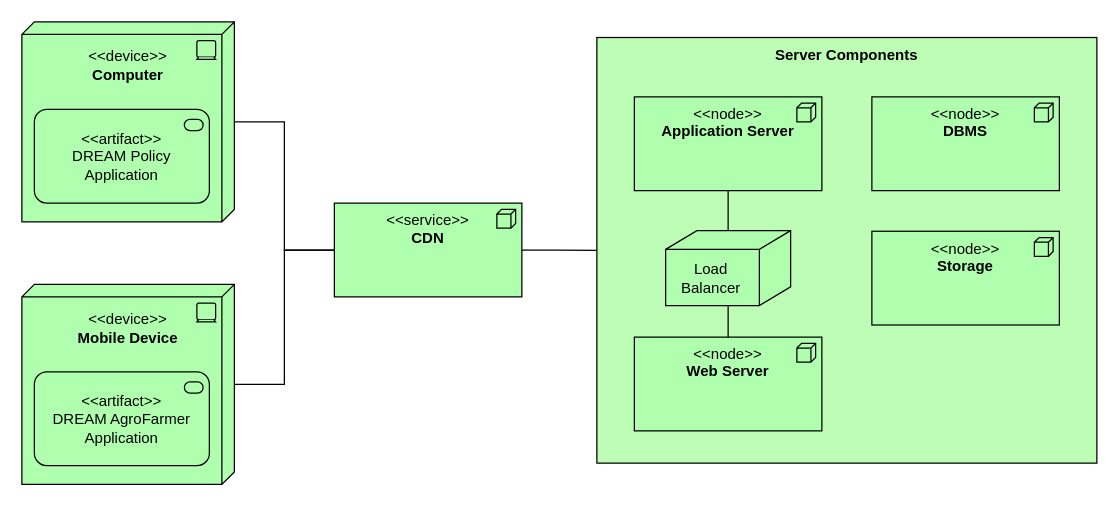
Earlier version of the draw.io diagram images_diagrams/dd/highlevel_deployment.drawio (gabrielemarra/DREAM-ProjectDesign). Source tidied: cells renumbered, new cells numbered last; positions are measured from the earlier drawing's top-left corner, leaving out a move shared by most shapes. Both pictures are drawn from the tidied source at 125%, with x=0, y=0 at pixel (21, 21).
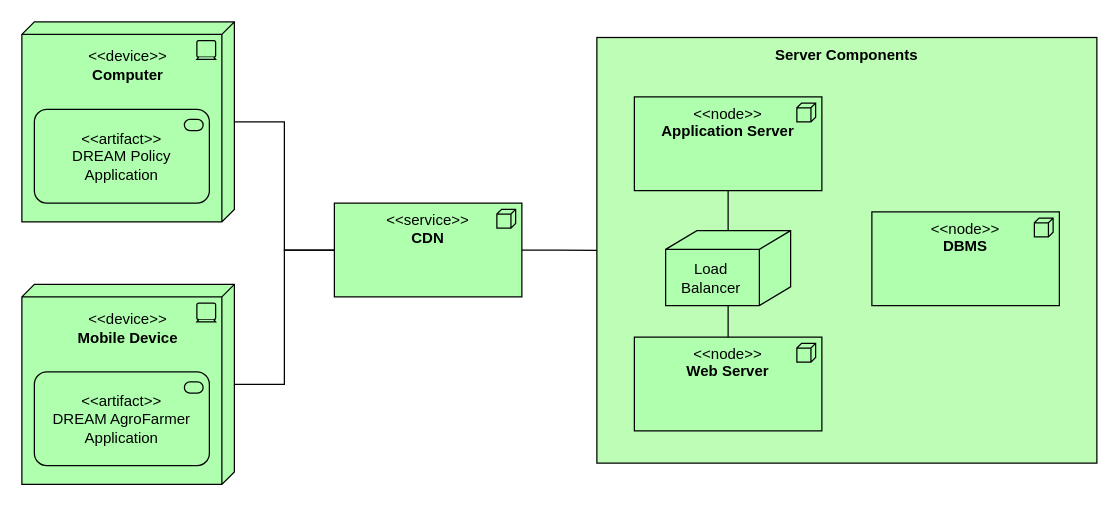
Above is the later version.

Commit message (it also covers changes not shown here):
added policy maker seq diagram (extended for design doc) and minor edit in high level deployment view

What changed in the source:
```diff
@@
 <mxGraphModel>
   <root>
     <mxCell id="0" />
     <mxCell id="1" parent="0" />
     <mxCell id="2" value="&lt;b&gt;Server Components&lt;/b&gt;" style="rounded=0;whiteSpace=wrap;html=1;arcSize=2;fillColor=#BEFDB6;strokeColor=#000000;verticalAlign=top;" parent="1" vertex="1">
       <mxGeometry x="460" y="12.5" width="400" height="340.5" as="geometry" />
     </mxCell>
     <mxCell id="3" value="&lt;div&gt;&lt;br&gt;&lt;/div&gt;&lt;div&gt;&amp;lt;&amp;lt;device&amp;gt;&amp;gt;&lt;/div&gt;&lt;div&gt;&lt;b&gt;Computer&lt;/b&gt;&lt;br&gt;&lt;/div&gt;" style="html=1;outlineConnect=0;whiteSpace=wrap;fillColor=#AFFFAF;shape=mxgraph.archimate3.tech;techType=device;verticalAlign=top;" parent="1" vertex="1">
       <mxGeometry width="170" height="160" as="geometry" />
     </mxCell>
     <mxCell id="4" style="edgeStyle=orthogonalEdgeStyle;rounded=0;jettySize=auto;html=1;exitX=0.5;exitY=1;exitDx=0;exitDy=0;exitPerimeter=0;endArrow=none;endFill=0;" parent="1" edge="1" source="5" target="17">
       <mxGeometry relative="1" as="geometry" />
     </mxCell>
     <mxCell id="5" value="&lt;div&gt;&amp;lt;&amp;lt;node&amp;gt;&amp;gt; &lt;br&gt;&lt;/div&gt;&lt;div&gt;&lt;b&gt;Application Server&lt;/b&gt;&lt;/div&gt;" style="html=1;outlineConnect=0;whiteSpace=wrap;fillColor=#AFFFAF;shape=mxgraph.archimate3.application;appType=node;archiType=square;verticalAlign=top;" parent="1" vertex="1">
       <mxGeometry x="490" y="60" width="150" height="75" as="geometry" />
     </mxCell>
     <mxCell id="6" value="&lt;div&gt;&amp;lt;&amp;lt;node&amp;gt;&amp;gt;&lt;/div&gt;&lt;div&gt;&lt;b&gt;DBMS&lt;/b&gt;&lt;br&gt;&lt;/div&gt;" style="html=1;whiteSpace=wrap;fillColor=#AFFFAF;shape=mxgraph.archimate3.application;appType=node;archiType=square;verticalAlign=top;" parent="1" vertex="1">
-      <mxGeometry x="680" y="60" width="150" height="75" as="geometry" />
+      <mxGeometry x="680" y="152" width="150" height="75" as="geometry" />
     </mxCell>
-    <mxCell id="7" value="&lt;div&gt;&amp;lt;&amp;lt;node&amp;gt;&amp;gt;&lt;/div&gt;&lt;div&gt;&lt;b&gt;Storage&lt;/b&gt;&lt;br&gt;&lt;/div&gt;" style="html=1;whiteSpace=wrap;fillColor=#AFFFAF;shape=mxgraph.archimate3.application;appType=node;archiType=square;verticalAlign=top;" parent="1" vertex="1">
-      <mxGeometry x="680" y="167.5" width="150" height="75" as="geometry" />
-    </mxCell>
     <mxCell id="8" value="&lt;div&gt;&lt;br&gt;&lt;/div&gt;&lt;div&gt;&amp;lt;&amp;lt;device&amp;gt;&amp;gt;&lt;/div&gt;&lt;div&gt;&lt;b&gt;Mobile Device&lt;/b&gt;&lt;br&gt;&lt;/div&gt;" style="html=1;outlineConnect=0;whiteSpace=wrap;fillColor=#AFFFAF;shape=mxgraph.archimate3.tech;techType=device;verticalAlign=top;" parent="1" vertex="1">
       <mxGeometry y="210" width="170" height="160" as="geometry" />
     </mxCell>
     <mxCell id="9" value="&lt;div&gt;&amp;lt;&amp;lt;artifact&amp;gt;&amp;gt;&lt;/div&gt;&lt;div&gt;DREAM Policy Application&lt;br&gt;&lt;/div&gt;" style="html=1;whiteSpace=wrap;fillColor=#AFFFAF;shape=mxgraph.archimate3.application;appType=serv;archiType=rounded;" parent="1" vertex="1">
       <mxGeometry x="10" y="70" width="140" height="75" as="geometry" />
     </mxCell>
     <mxCell id="10" value="&lt;div&gt;&amp;lt;&amp;lt;artifact&amp;gt;&amp;gt;&lt;/div&gt;&lt;div&gt;DREAM AgroFarmer Application&lt;br&gt;&lt;/div&gt;" style="html=1;whiteSpace=wrap;fillColor=#AFFFAF;shape=mxgraph.archimate3.application;appType=serv;archiType=rounded;" parent="1" vertex="1">
       <mxGeometry x="10" y="280" width="140" height="75" as="geometry" />
     </mxCell>
     <mxCell id="11" style="edgeStyle=orthogonalEdgeStyle;rounded=0;jettySize=auto;html=1;exitX=1;exitY=0.5;exitDx=0;exitDy=0;exitPerimeter=0;entryX=0;entryY=0.5;entryDx=0;entryDy=0;endArrow=none;endFill=0;" parent="1" edge="1" source="14" target="2">
       <mxGeometry relative="1" as="geometry" />
     </mxCell>
     <mxCell id="12" style="edgeStyle=orthogonalEdgeStyle;rounded=0;jettySize=auto;html=1;exitX=0;exitY=0.5;exitDx=0;exitDy=0;exitPerimeter=0;entryX=1;entryY=0.5;entryDx=0;entryDy=0;entryPerimeter=0;endArrow=none;endFill=0;" parent="1" edge="1" source="14" target="3">
       <mxGeometry relative="1" as="geometry" />
     </mxCell>
     <mxCell id="13" style="edgeStyle=orthogonalEdgeStyle;rounded=0;jettySize=auto;html=1;exitX=0;exitY=0.5;exitDx=0;exitDy=0;exitPerimeter=0;endArrow=none;endFill=0;" parent="1" edge="1" source="14" target="8">
       <mxGeometry relative="1" as="geometry" />
     </mxCell>
     <mxCell id="14" value="&lt;div&gt;&amp;lt;&amp;lt;service&amp;gt;&amp;gt;&lt;/div&gt;&lt;div&gt;&lt;b&gt;CDN&lt;/b&gt;&lt;br&gt;&lt;/div&gt;" style="html=1;outlineConnect=0;whiteSpace=wrap;fillColor=#AFFFAF;shape=mxgraph.archimate3.application;appType=node;archiType=square;verticalAlign=top;" parent="1" vertex="1">
       <mxGeometry x="250" y="145" width="150" height="75" as="geometry" />
     </mxCell>
     <mxCell id="15" value="&lt;div&gt;&amp;lt;&amp;lt;node&amp;gt;&amp;gt;&lt;/div&gt;&lt;div&gt;&lt;b&gt;Web Server&lt;/b&gt;&lt;br&gt;&lt;/div&gt;" style="html=1;outlineConnect=0;whiteSpace=wrap;fillColor=#AFFFAF;shape=mxgraph.archimate3.application;appType=node;archiType=square;verticalAlign=top;" parent="1" vertex="1">
       <mxGeometry x="490" y="252.2" width="150" height="75" as="geometry" />
     </mxCell>
     <mxCell id="16" style="edgeStyle=orthogonalEdgeStyle;rounded=0;jettySize=auto;html=1;exitX=0.5;exitY=1;exitDx=0;exitDy=0;exitPerimeter=0;endArrow=none;endFill=0;" parent="1" edge="1" source="17" target="15">
       <mxGeometry relative="1" as="geometry" />
     </mxCell>
     <mxCell id="17" style="html=1;outlineConnect=0;whiteSpace=wrap;fillColor=#AFFFAF;shape=mxgraph.archimate3.node;rounded=0;strokeColor=#000000;verticalAlign=bottom;align=left;" parent="1" vertex="1">
       <mxGeometry x="515" y="167" width="100" height="60" as="geometry" />
     </mxCell>
     <mxCell id="18" value="&lt;div&gt;Load&lt;/div&gt;&lt;div&gt;Balancer&lt;/div&gt;" style="text;html=1;align=center;verticalAlign=middle;strokeColor=none;fillColor=none;" parent="1" vertex="1">
       <mxGeometry x="521" y="190" width="60" height="30" as="geometry" />
     </mxCell>
   </root>
 </mxGraphModel>
```
